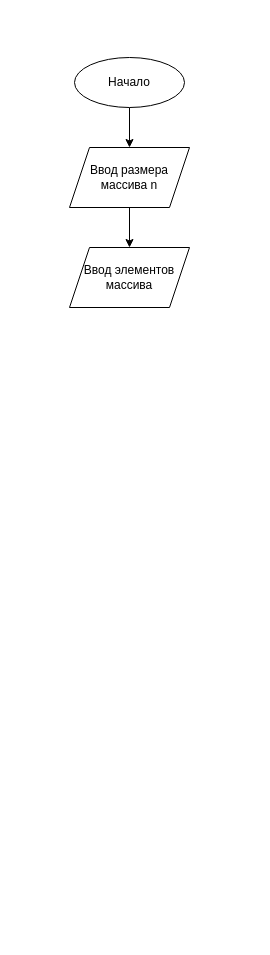
The draw.io diagram Schematics/Laba_3/laba_3.drawio in Idontlikeni/fourth_semestr, before the edit. Source tidied: cells renumbered, new cells numbered last; positions are measured from the earlier drawing's top-left corner, leaving out a move shared by most shapes. Both pictures are drawn from the tidied source at 100%, with x=0, y=0 at pixel (69, 57).
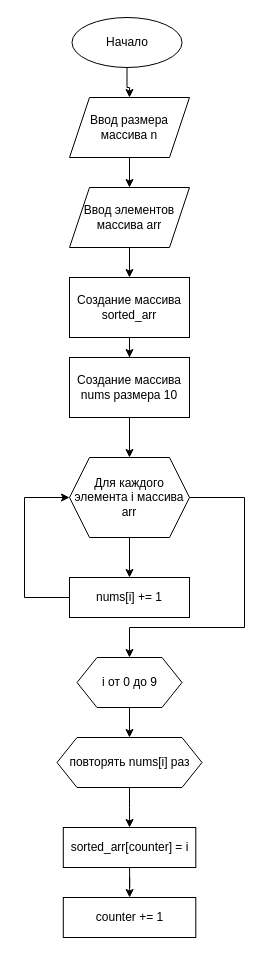
After the change.

What changed in the source:
```diff
@@
     <mxCell id="3" value="Начало" style="ellipse;whiteSpace=wrap;html=1;" parent="1" vertex="1">
-      <mxGeometry x="5" width="110" height="50" as="geometry" />
+      <mxGeometry x="2.5" y="-40" width="110" height="50" as="geometry" />
     </mxCell>
@@
     <mxCell id="5" value="Ввод размера массива n" style="shape=parallelogram;perimeter=parallelogramPerimeter;whiteSpace=wrap;html=1;fixedSize=1;" parent="1" vertex="1">
-      <mxGeometry y="90" width="120" height="60" as="geometry" />
+      <mxGeometry y="40" width="120" height="60" as="geometry" />
     </mxCell>
+    <mxCell id="7" style="edgeStyle=orthogonalEdgeStyle;rounded=0;jettySize=auto;html=1;" parent="1" edge="1" source="6" target="23">
+      <mxGeometry relative="1" as="geometry" />
+    </mxCell>
-    <mxCell id="6" value="Ввод элементов массива" style="shape=parallelogram;perimeter=parallelogramPerimeter;whiteSpace=wrap;html=1;fixedSize=1;" parent="1" vertex="1">
-      <mxGeometry y="190" width="120" height="60" as="geometry" />
+    <mxCell id="6" value="Ввод элементов массива arr" style="shape=parallelogram;perimeter=parallelogramPerimeter;whiteSpace=wrap;html=1;fixedSize=1;" parent="1" vertex="1">
+      <mxGeometry y="130" width="120" height="60" as="geometry" />
     </mxCell>
+    <mxCell id="8" style="edgeStyle=orthogonalEdgeStyle;rounded=0;jettySize=auto;html=1;" parent="1" edge="1" source="9" target="12">
+      <mxGeometry relative="1" as="geometry" />
+    </mxCell>
+    <mxCell id="9" value="Создание массива nums размера 10" style="whiteSpace=wrap;html=1;" parent="1" vertex="1">
+      <mxGeometry y="300" width="120" height="60" as="geometry" />
+    </mxCell>
+    <mxCell id="10" style="edgeStyle=orthogonalEdgeStyle;rounded=0;jettySize=auto;html=1;entryX=0.5;entryY=0;entryDx=0;entryDy=0;" parent="1" edge="1" source="12" target="14">
+      <mxGeometry relative="1" as="geometry" />
+    </mxCell>
+    <mxCell id="11" style="edgeStyle=orthogonalEdgeStyle;rounded=0;jettySize=auto;html=1;entryX=0.5;entryY=0;entryDx=0;entryDy=0;" parent="1" edge="1" source="12" target="16">
+      <mxGeometry relative="1" as="geometry">
+        <Array as="points">
+          <mxPoint x="175" y="440" />
+          <mxPoint x="175" y="570" />
+          <mxPoint x="60" y="570" />
+        </Array>
+      </mxGeometry>
+    </mxCell>
+    <mxCell id="12" value="Для каждого элемента i массива arr" style="shape=hexagon;perimeter=hexagonPerimeter2;whiteSpace=wrap;html=1;fixedSize=1;" parent="1" vertex="1">
+      <mxGeometry y="400" width="120" height="80" as="geometry" />
+    </mxCell>
+    <mxCell id="13" style="edgeStyle=orthogonalEdgeStyle;rounded=0;jettySize=auto;html=1;entryX=0;entryY=0.5;entryDx=0;entryDy=0;" parent="1" edge="1" source="14" target="12">
+      <mxGeometry relative="1" as="geometry">
+        <Array as="points">
+          <mxPoint x="-45" y="540" />
+          <mxPoint x="-45" y="440" />
+        </Array>
+      </mxGeometry>
+    </mxCell>
+    <mxCell id="14" value="nums[i] += 1" style="whiteSpace=wrap;html=1;" parent="1" vertex="1">
+      <mxGeometry y="520" width="120" height="40" as="geometry" />
+    </mxCell>
+    <mxCell id="15" style="edgeStyle=orthogonalEdgeStyle;rounded=0;jettySize=auto;html=1;" parent="1" edge="1" source="16" target="18">
+      <mxGeometry relative="1" as="geometry" />
+    </mxCell>
+    <mxCell id="16" value="i от 0 до 9" style="shape=hexagon;perimeter=hexagonPerimeter2;whiteSpace=wrap;html=1;fixedSize=1;" parent="1" vertex="1">
+      <mxGeometry x="7.5" y="600" width="105" height="50" as="geometry" />
+    </mxCell>
+    <mxCell id="17" style="edgeStyle=orthogonalEdgeStyle;rounded=0;jettySize=auto;html=1;" parent="1" edge="1" source="18" target="20">
+      <mxGeometry relative="1" as="geometry" />
+    </mxCell>
+    <mxCell id="18" value="повторять nums[i] раз" style="shape=hexagon;perimeter=hexagonPerimeter2;whiteSpace=wrap;html=1;fixedSize=1;" parent="1" vertex="1">
+      <mxGeometry x="-12.5" y="680" width="145" height="50" as="geometry" />
+    </mxCell>
+    <mxCell id="19" style="edgeStyle=orthogonalEdgeStyle;rounded=0;jettySize=auto;html=1;" parent="1" edge="1" source="20" target="21">
+      <mxGeometry relative="1" as="geometry" />
+    </mxCell>
+    <mxCell id="20" value="sorted_arr[counter] = i" style="whiteSpace=wrap;html=1;" parent="1" vertex="1">
+      <mxGeometry x="-6.2" y="770" width="132.5" height="40" as="geometry" />
+    </mxCell>
+    <mxCell id="21" value="counter += 1" style="whiteSpace=wrap;html=1;" parent="1" vertex="1">
+      <mxGeometry x="-6.2" y="840" width="132.5" height="40" as="geometry" />
+    </mxCell>
+    <mxCell id="22" style="edgeStyle=orthogonalEdgeStyle;rounded=0;jettySize=auto;html=1;" parent="1" edge="1" source="23" target="9">
+      <mxGeometry relative="1" as="geometry" />
+    </mxCell>
+    <mxCell id="23" value="Создание массива sorted_arr" style="whiteSpace=wrap;html=1;" parent="1" vertex="1">
+      <mxGeometry y="220" width="120" height="60" as="geometry" />
+    </mxCell>
```
